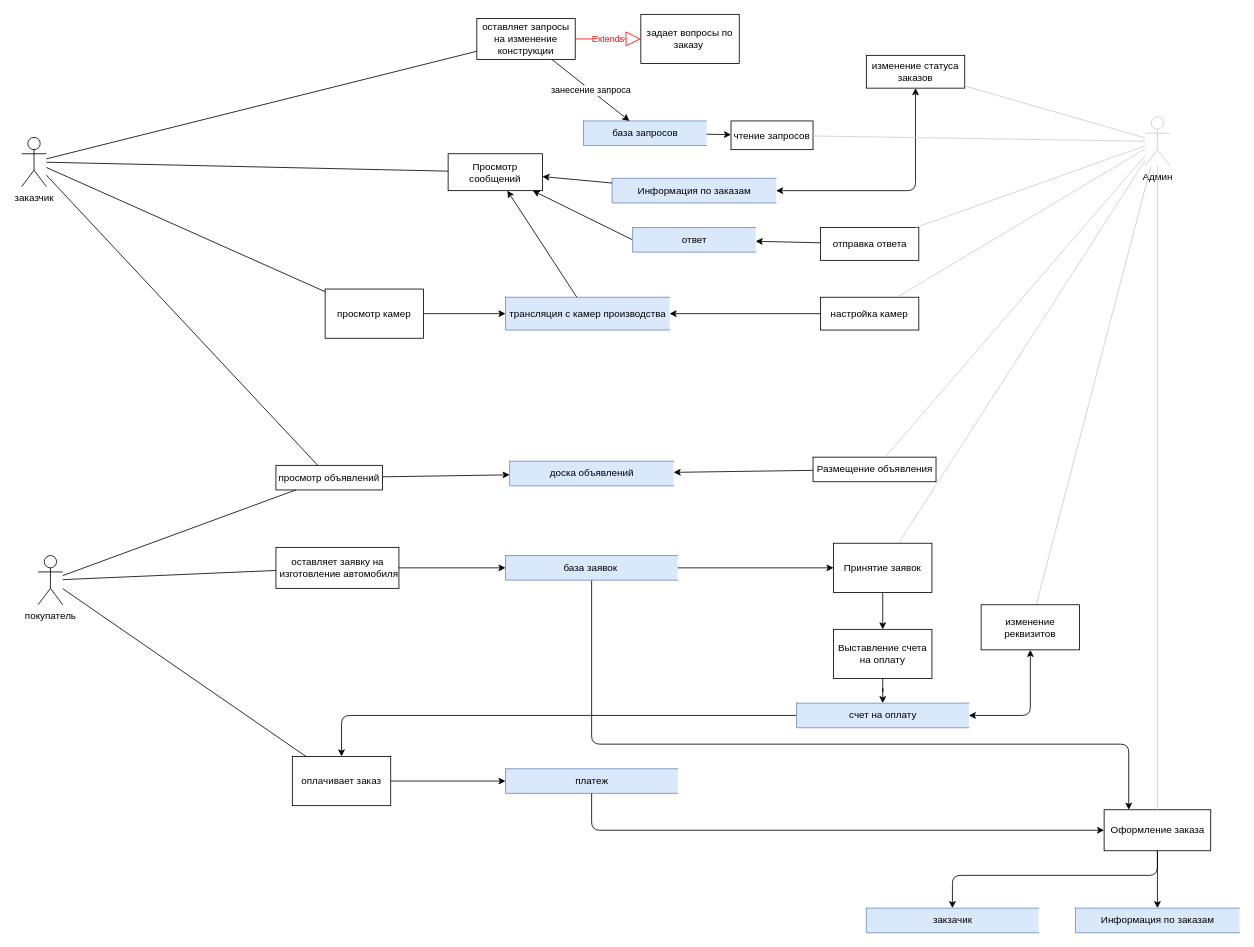
Before: DFD.drawio in PashkoW/Repository1, a draw.io diagram. Source tidied: cells renumbered, new cells numbered last; positions are measured from the earlier drawing's top-left corner, leaving out a move shared by most shapes. Both pictures are drawn from the tidied source at 82%, with x=0, y=0 at pixel (21, 14).
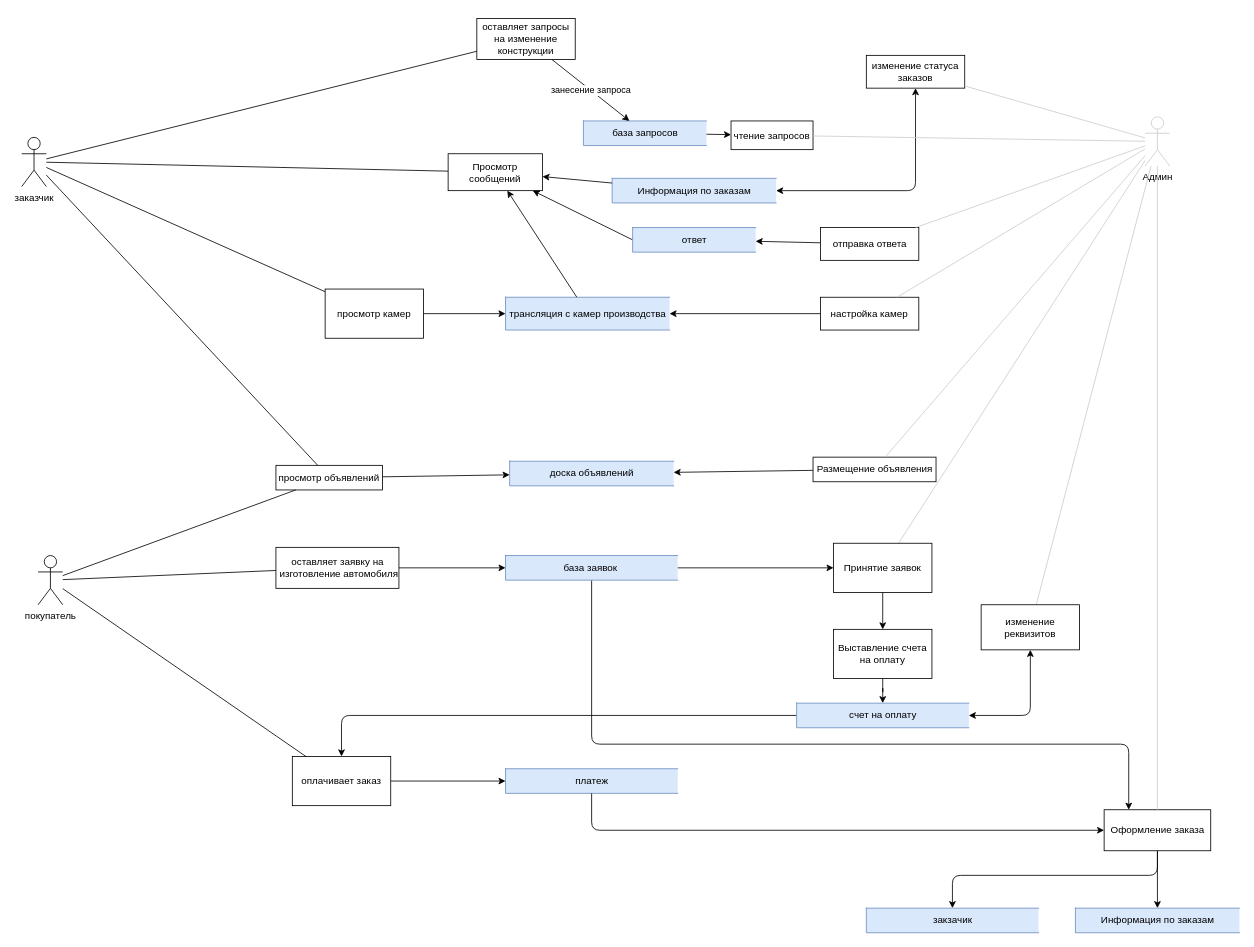
The same diagram, later.

The change refers to these unchanged cells:
```xml
<mxCell id="3" value="оставляет запросы на изменение конструкции" style="rounded=0;whiteSpace=wrap;html=1;" parent="1" vertex="1">
  <mxGeometry x="555" y="5" width="120" height="50" as="geometry" />
</mxCell>
```

The edit, as a diff of the source:
```diff
@@
-    <mxCell id="21" value="Extends" style="endArrow=block;endSize=16;endFill=0;html=1;strokeColor=#FF0000;fontColor=#FF0000;" parent="1" edge="1" source="3" target="22">
-      <mxGeometry relative="1" as="geometry" />
-    </mxCell>
-    <mxCell id="22" value="задает вопросы по&lt;br&gt;заказу&amp;nbsp;" style="rounded=0;whiteSpace=wrap;html=1;" parent="1" vertex="1">
-      <mxGeometry x="755" width="120" height="60" as="geometry" />
-    </mxCell>
```
